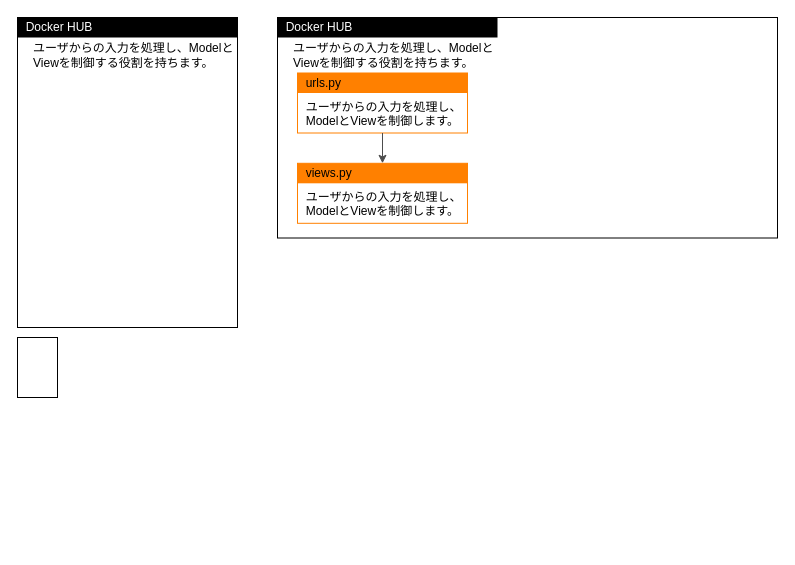
Above: AWS研修_dockerイメージ.drawio in reizo0901/Doc (draw.io), before the change. Source tidied: cells renumbered, new cells numbered last; positions are measured from the earlier drawing's top-left corner, leaving out a move shared by most shapes. Both pictures are drawn from the tidied source at 100%, with x=0, y=0 at pixel (17, 17). Pictures stored in the file or linked from it are replaced by grey dashed boxes.
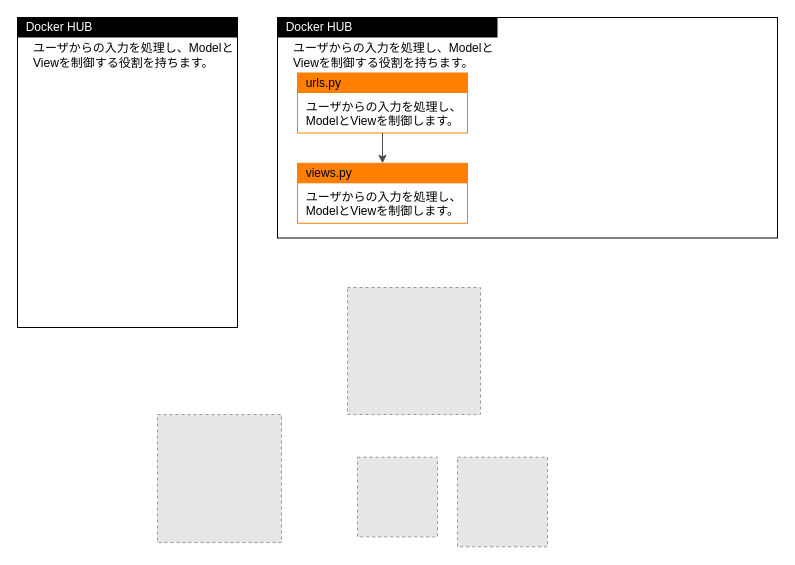
The same page after the edit.

Commit message:
AWS研修_dockerイメージ.drawio を更新します

What changed in the source:
```diff
@@
 <mxGraphModel>
   <root>
     <mxCell id="0" />
     <mxCell id="1" parent="0" />
     <mxCell id="2" style="rounded=0;whiteSpace=wrap;html=1;" parent="1" vertex="1">
       <mxGeometry width="220" height="310" as="geometry" />
     </mxCell>
     <mxCell id="3" value="&amp;nbsp; Docker HUB" style="text;html=1;strokeColor=none;fillColor=#000000;align=left;verticalAlign=middle;whiteSpace=wrap;rounded=0;fontSize=12;fontStyle=0;fontColor=#FFFFFF;" parent="1" vertex="1">
       <mxGeometry width="220" height="20" as="geometry" />
     </mxCell>
     <mxCell id="4" value="ユーザからの入力を処理し、Modelと&lt;br&gt;Viewを制御する役割を持ちます。" style="text;html=1;strokeColor=none;fillColor=none;align=left;verticalAlign=middle;whiteSpace=wrap;rounded=0;" parent="1" vertex="1">
       <mxGeometry x="13.8" y="22.5" width="206.2" height="30" as="geometry" />
     </mxCell>
     <mxCell id="5" style="rounded=0;whiteSpace=wrap;html=1;" parent="1" vertex="1">
       <mxGeometry x="260" width="500" height="220.5" as="geometry" />
     </mxCell>
     <mxCell id="6" value="&amp;nbsp; Docker HUB" style="text;html=1;strokeColor=none;fillColor=#000000;align=left;verticalAlign=middle;whiteSpace=wrap;rounded=0;fontSize=12;fontStyle=0;fontColor=#FFFFFF;" parent="1" vertex="1">
       <mxGeometry x="260" width="220" height="20" as="geometry" />
     </mxCell>
     <mxCell id="7" style="rounded=0;whiteSpace=wrap;html=1;strokeColor=#ff8000;" parent="1" vertex="1">
       <mxGeometry x="280" y="55.5" width="170" height="60" as="geometry" />
     </mxCell>
     <mxCell id="8" value="&amp;nbsp; ユーザからの入力を処理し、&lt;br&gt;&amp;nbsp; ModelとViewを制御します。" style="text;html=1;strokeColor=none;fillColor=none;align=left;verticalAlign=top;whiteSpace=wrap;rounded=0;" parent="1" vertex="1">
       <mxGeometry x="280" y="75.5" width="170" height="40" as="geometry" />
     </mxCell>
     <mxCell id="9" value="&amp;nbsp; urls.py" style="text;html=1;strokeColor=none;fillColor=#FF8000;align=left;verticalAlign=middle;whiteSpace=wrap;rounded=0;fontSize=12;fontStyle=0;" parent="1" vertex="1">
       <mxGeometry x="280" y="55.5" width="170" height="20" as="geometry" />
     </mxCell>
     <mxCell id="10" style="rounded=0;whiteSpace=wrap;html=1;strokeColor=#ff8000;" parent="1" vertex="1">
       <mxGeometry x="280" y="145.8" width="170" height="60" as="geometry" />
     </mxCell>
     <mxCell id="11" value="&amp;nbsp; views.py" style="text;html=1;strokeColor=none;fillColor=#FF8000;align=left;verticalAlign=middle;whiteSpace=wrap;rounded=0;fontSize=12;fontStyle=0;" parent="1" vertex="1">
       <mxGeometry x="280" y="145.8" width="170" height="20" as="geometry" />
     </mxCell>
     <mxCell id="12" value="&amp;nbsp; ユーザからの入力を処理し、&lt;br&gt;&amp;nbsp; ModelとViewを制御します。" style="text;html=1;strokeColor=none;fillColor=none;align=left;verticalAlign=top;whiteSpace=wrap;rounded=0;" parent="1" vertex="1">
       <mxGeometry x="280" y="165.8" width="170" height="40" as="geometry" />
     </mxCell>
     <mxCell id="13" style="endArrow=classic;html=1;rounded=0;strokeWidth=1;entryX=0.5;entryY=0;entryDx=0;entryDy=0;exitX=0.5;exitY=1;exitDx=0;exitDy=0;strokeColor=#4D4D4D;" parent="1" edge="1" source="8" target="11">
       <mxGeometry relative="1" as="geometry" />
     </mxCell>
     <mxCell id="14" value="ユーザからの入力を処理し、Modelと&lt;br&gt;Viewを制御する役割を持ちます。" style="text;html=1;strokeColor=none;fillColor=none;align=left;verticalAlign=middle;whiteSpace=wrap;rounded=0;" parent="1" vertex="1">
       <mxGeometry x="273.8" y="22.5" width="206.2" height="30" as="geometry" />
     </mxCell>
-    <mxCell id="15" style="rounded=0;whiteSpace=wrap;html=1;" parent="1" vertex="1">
-      <mxGeometry y="320" width="40" height="60" as="geometry" />
-    </mxCell>
+    <mxCell id="16" style="fillColor=#E6E6E6;strokeColor=#999999;dashed=1;verticalLabelPosition=bottom;labelBackgroundColor=default;verticalAlign=top;" parent="1" vertex="1">
+      <mxGeometry x="340" y="439.7" width="80" height="79.7" as="geometry" />
+    </mxCell>
+    <mxCell id="17" style="fillColor=#E6E6E6;strokeColor=#999999;dashed=1;verticalLabelPosition=bottom;labelBackgroundColor=default;verticalAlign=top;" parent="1" vertex="1">
+      <mxGeometry x="440" y="439.7" width="90" height="89.6" as="geometry" />
+    </mxCell>
+    <mxCell id="18" style="fillColor=#E6E6E6;strokeColor=#999999;dashed=1;verticalLabelPosition=bottom;labelBackgroundColor=default;verticalAlign=top;" parent="1" vertex="1">
+      <mxGeometry x="330" y="270" width="133" height="127" as="geometry" />
+    </mxCell>
+    <mxCell id="19" style="fillColor=#E6E6E6;strokeColor=#999999;dashed=1;verticalLabelPosition=bottom;labelBackgroundColor=default;verticalAlign=top;" parent="1" vertex="1">
+      <mxGeometry x="140" y="397" width="124" height="128" as="geometry" />
+    </mxCell>
   </root>
 </mxGraphModel>
```
